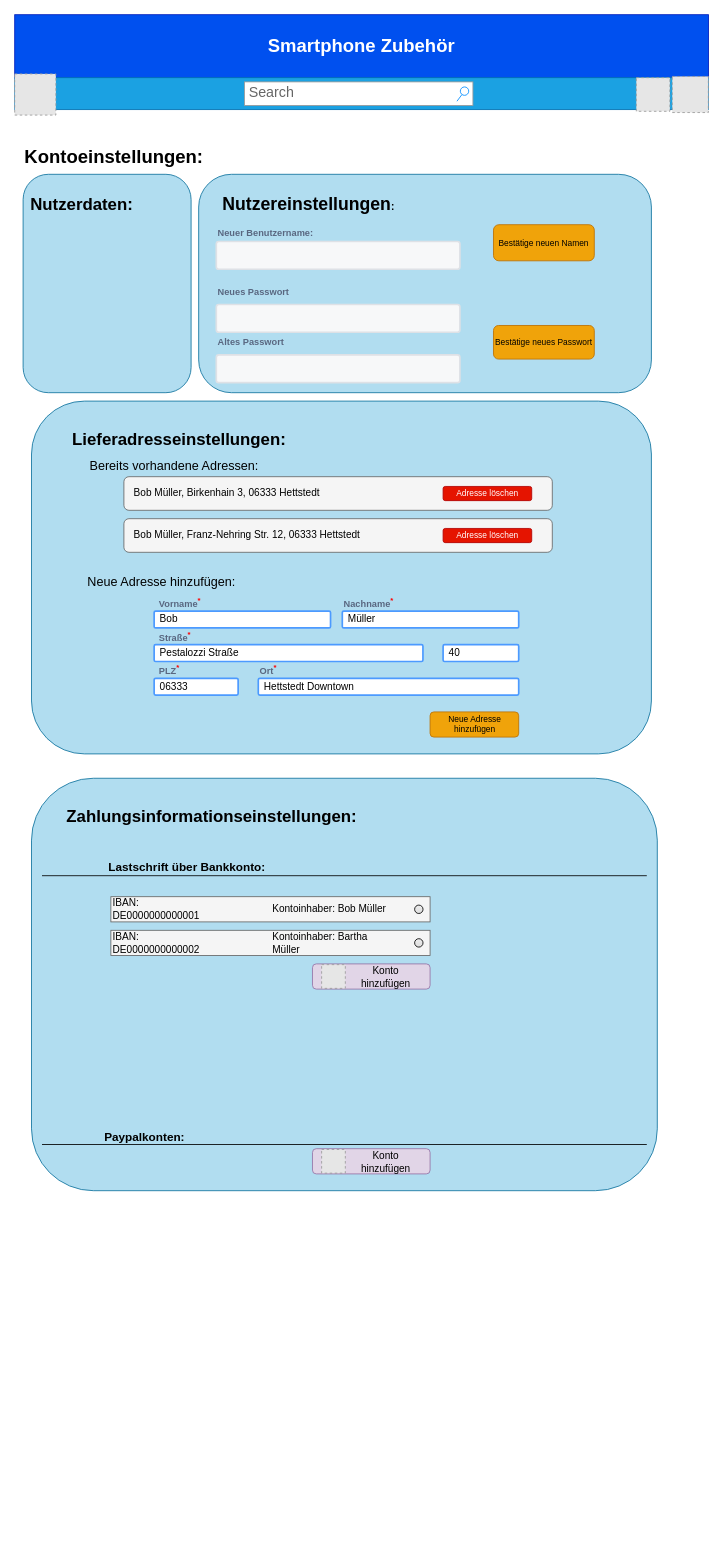
Before: page "Accounteinstellungen" (12 of 13) of Unbenanntes Diagramm.drawio in Lioquacht-Religion/SoftwareErgo, a draw.io diagram. Source tidied: cells renumbered, new cells numbered last; positions are measured from the earlier drawing's top-left corner, leaving out a move shared by most shapes. Both pictures are drawn from the tidied source at 84%, with x=0, y=0 at pixel (14, 14). Pictures stored in the file or linked from it are replaced by grey dashed boxes.
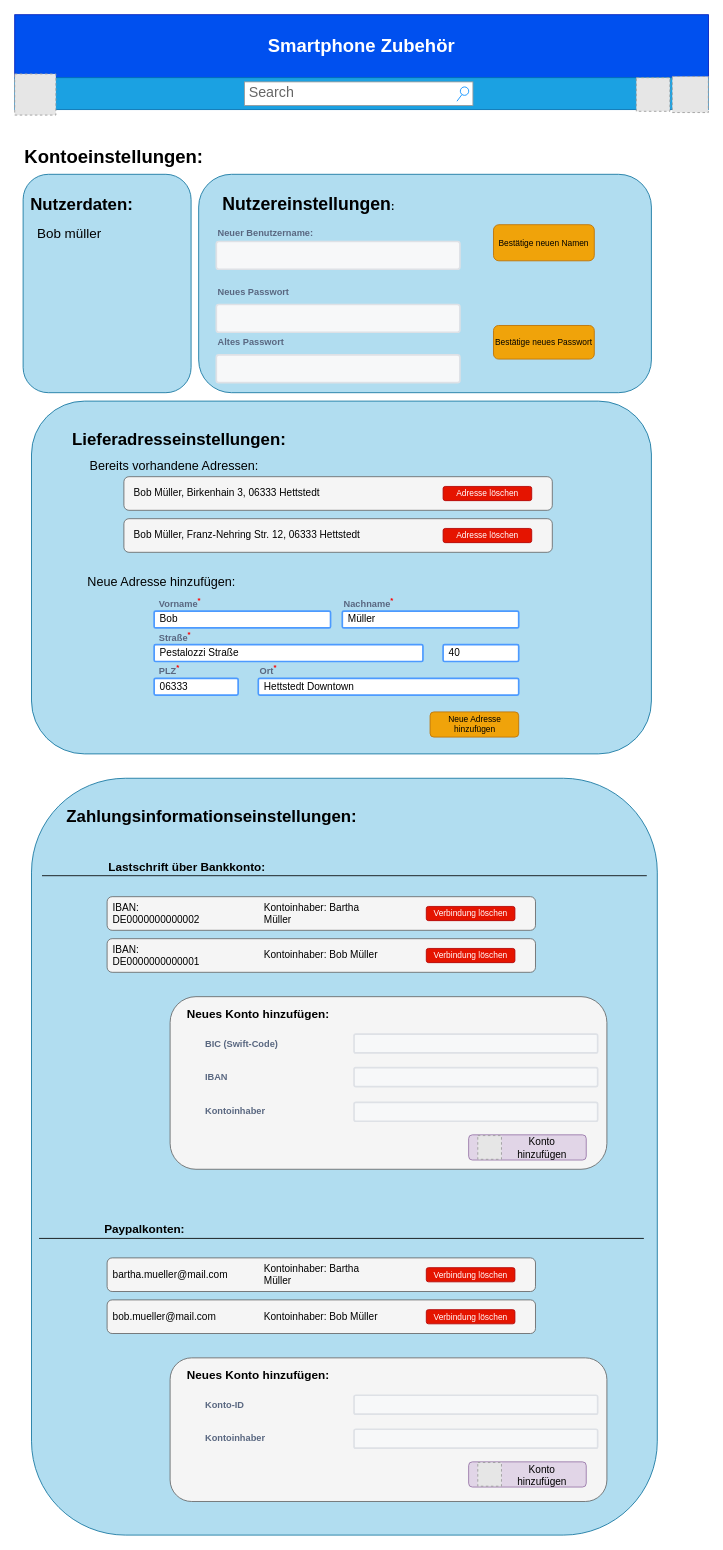
Above is the later version.

Diff of the diagram source:
```diff
@@
+    <mxCell id="5" style="rounded=1;whiteSpace=wrap;html=1;fillColor=#b1ddf0;strokeColor=#10739e;" parent="1" vertex="1">
+      <mxGeometry x="20" y="909" width="745" height="901" as="geometry" />
+    </mxCell>
+    <mxCell id="63" style="rounded=1;whiteSpace=wrap;html=1;fillColor=#f5f5f5;fontColor=#333333;strokeColor=#666666;" parent="1" vertex="1">
+      <mxGeometry x="185" y="1169" width="520" height="205.5" as="geometry" />
+    </mxCell>
@@
-    <mxCell id="5" style="rounded=1;whiteSpace=wrap;html=1;fillColor=#b1ddf0;strokeColor=#10739e;" parent="1" vertex="1">
-      <mxGeometry x="20" y="909" width="745" height="491" as="geometry" />
-    </mxCell>
@@
     <mxCell id="39" value="&lt;div style=&quot;font-size: 16px;&quot; align=&quot;left&quot;&gt;&lt;font style=&quot;font-size: 16px;&quot;&gt;&lt;font style=&quot;font-size: 16px;&quot;&gt;&lt;font style=&quot;font-size: 16px;&quot;&gt;&lt;b&gt;&lt;font style=&quot;font-size: 15px;&quot;&gt;&lt;font style=&quot;font-size: 14px;&quot;&gt;Paypalkonten:&lt;/font&gt;&lt;/font&gt;&lt;/b&gt;&lt;/font&gt;&lt;/font&gt;&lt;/font&gt;&lt;/div&gt;" style="text;html=1;strokeColor=none;fillColor=none;align=left;verticalAlign=middle;whiteSpace=wrap;rounded=0;" parent="1" vertex="1">
-      <mxGeometry x="104.5" y="1320" width="90" height="30" as="geometry" />
+      <mxGeometry x="104.5" y="1430" width="90" height="30" as="geometry" />
     </mxCell>
-    <mxCell id="40" value="&lt;div align=&quot;left&quot;&gt;&lt;br&gt;&lt;/div&gt;" style="rounded=0;whiteSpace=wrap;html=1;fillColor=#f5f5f5;fontColor=#333333;strokeColor=#666666;" parent="1" vertex="1">
-      <mxGeometry x="114.5" y="1050" width="380" height="30" as="geometry" />
-    </mxCell>
-    <mxCell id="41" value="IBAN: DE0000000000001" style="text;html=1;strokeColor=none;fillColor=none;align=left;verticalAlign=middle;whiteSpace=wrap;rounded=0;" parent="1" vertex="1">
-      <mxGeometry x="114.5" y="1050" width="140" height="30" as="geometry" />
-    </mxCell>
-    <mxCell id="42" value="&lt;div align=&quot;left&quot;&gt;Kontoinhaber: Bob Müller&lt;br&gt;&lt;/div&gt;" style="text;html=1;strokeColor=none;fillColor=none;align=left;verticalAlign=middle;whiteSpace=wrap;rounded=0;" parent="1" vertex="1">
-      <mxGeometry x="304.5" y="1050" width="150" height="30" as="geometry" />
-    </mxCell>
-    <mxCell id="43" value="&lt;div align=&quot;left&quot;&gt;&lt;br&gt;&lt;/div&gt;" style="rounded=0;whiteSpace=wrap;html=1;fillColor=#f5f5f5;fontColor=#333333;strokeColor=#666666;" parent="1" vertex="1">
-      <mxGeometry x="114.5" y="1090" width="380" height="30" as="geometry" />
-    </mxCell>
-    <mxCell id="44" value="IBAN: DE0000000000002" style="text;html=1;strokeColor=none;fillColor=none;align=left;verticalAlign=middle;whiteSpace=wrap;rounded=0;" parent="1" vertex="1">
-      <mxGeometry x="114.5" y="1090" width="140" height="30" as="geometry" />
-    </mxCell>
-    <mxCell id="45" value="&lt;div align=&quot;left&quot;&gt;Kontoinhaber: Bartha Müller&lt;br&gt;&lt;/div&gt;" style="text;html=1;strokeColor=none;fillColor=none;align=left;verticalAlign=middle;whiteSpace=wrap;rounded=0;" parent="1" vertex="1">
-      <mxGeometry x="304.5" y="1090" width="150" height="30" as="geometry" />
-    </mxCell>
     <mxCell id="46" style="rounded=1;whiteSpace=wrap;html=1;fillColor=#e1d5e7;strokeColor=#9673a6;" parent="1" vertex="1">
-      <mxGeometry x="354.5" y="1130" width="140" height="30" as="geometry" />
+      <mxGeometry x="540.4" y="1333.5" width="140" height="30" as="geometry" />
     </mxCell>
     <mxCell id="47" style="fillColor=#E6E6E6;strokeColor=#999999;dashed=1;html=1;verticalAlign=top;verticalLabelPosition=bottom;labelBackgroundColor=#ffffff;" parent="1" vertex="1">
-      <mxGeometry x="365.4" y="1130.9" width="28.2" height="28.2" as="geometry" />
+      <mxGeometry x="551.3" y="1334.4" width="28.2" height="28.2" as="geometry" />
     </mxCell>
-    <mxCell id="48" style="html=1;shadow=0;dashed=0;shape=mxgraph.bootstrap.radioButton2;labelPosition=right;verticalLabelPosition=middle;align=left;verticalAlign=middle;gradientColor=#DEDEDE;fillColor=#EDEDED;checked=0;spacing=5;checkedFill=#0085FC;checkedStroke=#ffffff;sketch=0;" parent="1" vertex="1">
-      <mxGeometry x="476.1" y="1060" width="10" height="10" as="geometry" />
-    </mxCell>
-    <mxCell id="49" style="html=1;shadow=0;dashed=0;shape=mxgraph.bootstrap.radioButton2;labelPosition=right;verticalLabelPosition=middle;align=left;verticalAlign=middle;gradientColor=#DEDEDE;fillColor=#EDEDED;checked=0;spacing=5;checkedFill=#0085FC;checkedStroke=#ffffff;sketch=0;" parent="1" vertex="1">
-      <mxGeometry x="476.1" y="1100" width="10" height="10" as="geometry" />
-    </mxCell>
     <mxCell id="50" value="Konto hinzufügen" style="text;html=1;strokeColor=none;fillColor=none;align=center;verticalAlign=middle;whiteSpace=wrap;rounded=0;" parent="1" vertex="1">
-      <mxGeometry x="407.8" y="1130.9" width="68.4" height="30" as="geometry" />
+      <mxGeometry x="593.6" y="1334.4" width="68.4" height="30" as="geometry" />
     </mxCell>
-    <mxCell id="51" style="rounded=1;whiteSpace=wrap;html=1;fillColor=#e1d5e7;strokeColor=#9673a6;" parent="1" vertex="1">
-      <mxGeometry x="354.5" y="1350" width="140" height="30" as="geometry" />
-    </mxCell>
-    <mxCell id="52" style="fillColor=#E6E6E6;strokeColor=#999999;dashed=1;html=1;verticalAlign=top;verticalLabelPosition=bottom;labelBackgroundColor=#ffffff;" parent="1" vertex="1">
-      <mxGeometry x="365.4" y="1350.9" width="28.2" height="28.2" as="geometry" />
-    </mxCell>
-    <mxCell id="53" value="Konto hinzufügen" style="text;html=1;strokeColor=none;fillColor=none;align=center;verticalAlign=middle;whiteSpace=wrap;rounded=0;" parent="1" vertex="1">
-      <mxGeometry x="407.8" y="1350.9" width="68.4" height="30" as="geometry" />
-    </mxCell>
@@
     <mxCell id="56" style="line;strokeWidth=1;dashed=0;labelPosition=right;align=left;verticalAlign=middle;spacingTop=0;spacingLeft=6;" parent="1" vertex="1">
-      <mxGeometry x="32.5" y="1340" width="720" height="10" as="geometry" />
+      <mxGeometry x="29" y="1451.8" width="720" height="10" as="geometry" />
     </mxCell>
@@
+    <mxCell id="64" value="&lt;div style=&quot;font-size: 13px;&quot; align=&quot;left&quot;&gt;&lt;font style=&quot;font-size: 16px;&quot;&gt;Bob müller&lt;/font&gt;&lt;/div&gt;" style="text;html=1;strokeColor=none;fillColor=none;align=left;verticalAlign=middle;whiteSpace=wrap;rounded=0;" parent="1" vertex="1">
+      <mxGeometry x="24.5" y="245" width="80" height="30" as="geometry" />
+    </mxCell>
+    <mxCell id="65" value="BIC (Swift-Code)" style="fillColor=none;strokeColor=none;html=1;fontSize=11;fontStyle=0;align=left;fontColor=#596780;fontStyle=1;fontSize=11;" parent="1" vertex="1">
+      <mxGeometry x="225" y="1214.8" width="240" height="20" as="geometry" />
+    </mxCell>
+    <mxCell id="66" value="IBAN" style="fillColor=none;strokeColor=none;html=1;fontSize=11;fontStyle=0;align=left;fontColor=#596780;fontStyle=1;fontSize=11;" parent="1" vertex="1">
+      <mxGeometry x="225" y="1254.8" width="240" height="20" as="geometry" />
+    </mxCell>
+    <mxCell id="67" style="rounded=1;arcSize=9;fillColor=#F7F8F9;align=left;spacingLeft=5;strokeColor=#DEE1E6;html=1;strokeWidth=2;fontSize=12;" parent="1" vertex="1">
+      <mxGeometry x="404" y="1253.5" width="290" height="22.5" as="geometry" />
+    </mxCell>
+    <mxCell id="68" value="Kontoinhaber" style="fillColor=none;strokeColor=none;html=1;fontSize=11;fontStyle=0;align=left;fontColor=#596780;fontStyle=1;fontSize=11;" parent="1" vertex="1">
+      <mxGeometry x="225" y="1294.8" width="240" height="20" as="geometry" />
+    </mxCell>
+    <mxCell id="69" style="rounded=1;arcSize=9;fillColor=#F7F8F9;align=left;spacingLeft=5;strokeColor=#DEE1E6;html=1;strokeWidth=2;fontSize=12;" parent="1" vertex="1">
+      <mxGeometry x="404" y="1213.5" width="290" height="22.5" as="geometry" />
+    </mxCell>
+    <mxCell id="70" style="rounded=1;arcSize=9;fillColor=#F7F8F9;align=left;spacingLeft=5;strokeColor=#DEE1E6;html=1;strokeWidth=2;fontSize=12;" parent="1" vertex="1">
+      <mxGeometry x="404" y="1294.8" width="290" height="22.5" as="geometry" />
+    </mxCell>
+    <mxCell id="71" value="&lt;b&gt;&lt;font style=&quot;font-size: 14px;&quot;&gt;Neues Konto hinzufügen:&lt;/font&gt;&lt;/b&gt;" style="text;html=1;strokeColor=none;fillColor=none;align=center;verticalAlign=middle;whiteSpace=wrap;rounded=0;" parent="1" vertex="1">
+      <mxGeometry x="195" y="1174.5" width="190" height="30" as="geometry" />
+    </mxCell>
+    <mxCell id="72" style="rounded=1;whiteSpace=wrap;html=1;fillColor=#f5f5f5;fontColor=#333333;strokeColor=#666666;" parent="1" vertex="1">
+      <mxGeometry x="110" y="1050" width="510" height="40" as="geometry" />
+    </mxCell>
+    <mxCell id="73" value="Verbindung löschen" style="rounded=1;html=1;shadow=0;dashed=0;whiteSpace=wrap;fontSize=10;fillColor=#e51400;align=center;strokeColor=#B20000;fontColor=#ffffff;" parent="1" vertex="1">
+      <mxGeometry x="490" y="1061.6" width="105.5" height="16.9" as="geometry" />
+    </mxCell>
+    <mxCell id="74" style="rounded=1;whiteSpace=wrap;html=1;fillColor=#f5f5f5;fontColor=#333333;strokeColor=#666666;" parent="1" vertex="1">
+      <mxGeometry x="110" y="1100" width="510" height="40" as="geometry" />
+    </mxCell>
+    <mxCell id="75" value="Verbindung löschen" style="rounded=1;html=1;shadow=0;dashed=0;whiteSpace=wrap;fontSize=10;fillColor=#e51400;align=center;strokeColor=#B20000;fontColor=#ffffff;" parent="1" vertex="1">
+      <mxGeometry x="490" y="1111.6" width="105.5" height="16.9" as="geometry" />
+    </mxCell>
+    <mxCell id="44" value="IBAN: DE0000000000002" style="text;html=1;strokeColor=none;fillColor=none;align=left;verticalAlign=middle;whiteSpace=wrap;rounded=0;" parent="1" vertex="1">
+      <mxGeometry x="114.5" y="1055" width="140" height="30" as="geometry" />
+    </mxCell>
+    <mxCell id="41" value="IBAN: DE0000000000001" style="text;html=1;strokeColor=none;fillColor=none;align=left;verticalAlign=middle;whiteSpace=wrap;rounded=0;" parent="1" vertex="1">
+      <mxGeometry x="114.5" y="1105" width="140" height="30" as="geometry" />
+    </mxCell>
+    <mxCell id="42" value="&lt;div align=&quot;left&quot;&gt;Kontoinhaber: Bob Müller&lt;br&gt;&lt;/div&gt;" style="text;html=1;strokeColor=none;fillColor=none;align=left;verticalAlign=middle;whiteSpace=wrap;rounded=0;" parent="1" vertex="1">
+      <mxGeometry x="294.5" y="1105" width="150" height="30" as="geometry" />
+    </mxCell>
+    <mxCell id="45" value="&lt;div align=&quot;left&quot;&gt;Kontoinhaber: Bartha Müller&lt;br&gt;&lt;/div&gt;" style="text;html=1;strokeColor=none;fillColor=none;align=left;verticalAlign=middle;whiteSpace=wrap;rounded=0;" parent="1" vertex="1">
+      <mxGeometry x="294.5" y="1055" width="150" height="30" as="geometry" />
+    </mxCell>
+    <mxCell id="76" style="rounded=1;whiteSpace=wrap;html=1;fillColor=#f5f5f5;fontColor=#333333;strokeColor=#666666;" parent="1" vertex="1">
+      <mxGeometry x="185" y="1599" width="520" height="171" as="geometry" />
+    </mxCell>
+    <mxCell id="77" style="rounded=1;whiteSpace=wrap;html=1;fillColor=#e1d5e7;strokeColor=#9673a6;" parent="1" vertex="1">
+      <mxGeometry x="540.4" y="1722.8" width="140" height="30" as="geometry" />
+    </mxCell>
+    <mxCell id="78" style="fillColor=#E6E6E6;strokeColor=#999999;dashed=1;html=1;verticalAlign=top;verticalLabelPosition=bottom;labelBackgroundColor=#ffffff;" parent="1" vertex="1">
+      <mxGeometry x="551.3" y="1723.6" width="28.2" height="28.2" as="geometry" />
+    </mxCell>
+    <mxCell id="53" value="Konto hinzufügen" style="text;html=1;strokeColor=none;fillColor=none;align=center;verticalAlign=middle;whiteSpace=wrap;rounded=0;" parent="1" vertex="1">
+      <mxGeometry x="593.6" y="1723.6" width="68.4" height="30" as="geometry" />
+    </mxCell>
+    <mxCell id="79" value="Konto-ID" style="fillColor=none;strokeColor=none;html=1;fontSize=11;fontStyle=0;align=left;fontColor=#596780;fontStyle=1;fontSize=11;" parent="1" vertex="1">
+      <mxGeometry x="225" y="1644.8" width="240" height="20" as="geometry" />
+    </mxCell>
+    <mxCell id="80" value="Kontoinhaber" style="fillColor=none;strokeColor=none;html=1;fontSize=11;fontStyle=0;align=left;fontColor=#596780;fontStyle=1;fontSize=11;" parent="1" vertex="1">
+      <mxGeometry x="225" y="1684" width="240" height="20" as="geometry" />
+    </mxCell>
+    <mxCell id="81" style="rounded=1;arcSize=9;fillColor=#F7F8F9;align=left;spacingLeft=5;strokeColor=#DEE1E6;html=1;strokeWidth=2;fontSize=12;" parent="1" vertex="1">
+      <mxGeometry x="404" y="1643.5" width="290" height="22.5" as="geometry" />
+    </mxCell>
+    <mxCell id="82" style="rounded=1;arcSize=9;fillColor=#F7F8F9;align=left;spacingLeft=5;strokeColor=#DEE1E6;html=1;strokeWidth=2;fontSize=12;" parent="1" vertex="1">
+      <mxGeometry x="404" y="1684" width="290" height="22.5" as="geometry" />
+    </mxCell>
+    <mxCell id="83" value="&lt;b&gt;&lt;font style=&quot;font-size: 14px;&quot;&gt;Neues Konto hinzufügen:&lt;/font&gt;&lt;/b&gt;" style="text;html=1;strokeColor=none;fillColor=none;align=center;verticalAlign=middle;whiteSpace=wrap;rounded=0;" parent="1" vertex="1">
+      <mxGeometry x="195" y="1604.5" width="190" height="30" as="geometry" />
+    </mxCell>
+    <mxCell id="84" style="rounded=1;whiteSpace=wrap;html=1;fillColor=#f5f5f5;fontColor=#333333;strokeColor=#666666;" parent="1" vertex="1">
+      <mxGeometry x="110" y="1480" width="510" height="40" as="geometry" />
+    </mxCell>
+    <mxCell id="85" value="Verbindung löschen" style="rounded=1;html=1;shadow=0;dashed=0;whiteSpace=wrap;fontSize=10;fillColor=#e51400;align=center;strokeColor=#B20000;fontColor=#ffffff;" parent="1" vertex="1">
+      <mxGeometry x="490" y="1491.6" width="105.5" height="16.9" as="geometry" />
+    </mxCell>
+    <mxCell id="86" style="rounded=1;whiteSpace=wrap;html=1;fillColor=#f5f5f5;fontColor=#333333;strokeColor=#666666;" parent="1" vertex="1">
+      <mxGeometry x="110" y="1530" width="510" height="40" as="geometry" />
+    </mxCell>
+    <mxCell id="87" value="Verbindung löschen" style="rounded=1;html=1;shadow=0;dashed=0;whiteSpace=wrap;fontSize=10;fillColor=#e51400;align=center;strokeColor=#B20000;fontColor=#ffffff;" parent="1" vertex="1">
+      <mxGeometry x="490" y="1541.6" width="105.5" height="16.9" as="geometry" />
+    </mxCell>
+    <mxCell id="88" value="bartha.mueller@mail.com" style="text;html=1;strokeColor=none;fillColor=none;align=left;verticalAlign=middle;whiteSpace=wrap;rounded=0;" parent="1" vertex="1">
+      <mxGeometry x="114.5" y="1485" width="140" height="30" as="geometry" />
+    </mxCell>
+    <mxCell id="89" value="bob.mueller@mail.com" style="text;html=1;strokeColor=none;fillColor=none;align=left;verticalAlign=middle;whiteSpace=wrap;rounded=0;" parent="1" vertex="1">
+      <mxGeometry x="114.5" y="1535" width="140" height="30" as="geometry" />
+    </mxCell>
+    <mxCell id="90" value="&lt;div align=&quot;left&quot;&gt;Kontoinhaber: Bob Müller&lt;br&gt;&lt;/div&gt;" style="text;html=1;strokeColor=none;fillColor=none;align=left;verticalAlign=middle;whiteSpace=wrap;rounded=0;" parent="1" vertex="1">
+      <mxGeometry x="294.5" y="1535" width="150" height="30" as="geometry" />
+    </mxCell>
+    <mxCell id="91" value="&lt;div align=&quot;left&quot;&gt;Kontoinhaber: Bartha Müller&lt;br&gt;&lt;/div&gt;" style="text;html=1;strokeColor=none;fillColor=none;align=left;verticalAlign=middle;whiteSpace=wrap;rounded=0;" parent="1" vertex="1">
+      <mxGeometry x="294.5" y="1485" width="150" height="30" as="geometry" />
+    </mxCell>
```
